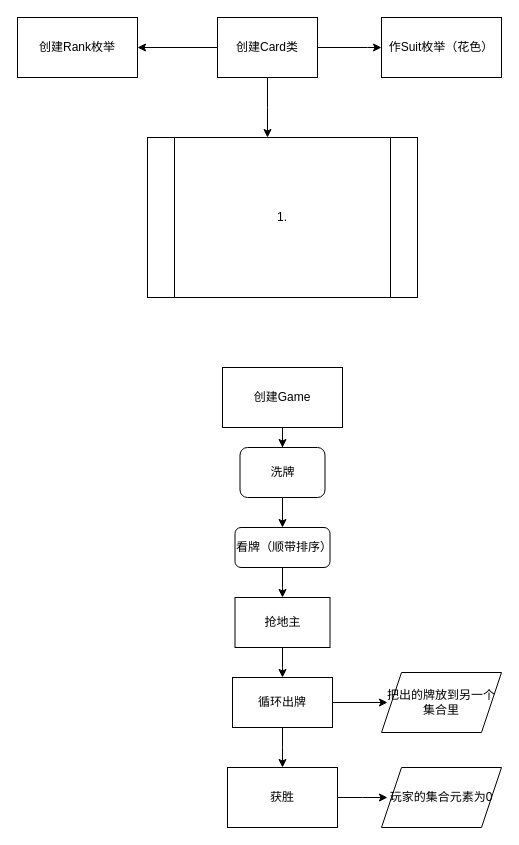
The draw.io diagram 未命名绘图.drawio in wohhhhhh/fightLord, before the edit. Source tidied: cells renumbered, new cells numbered last; positions are measured from the earlier drawing's top-left corner, leaving out a move shared by most shapes. Both pictures are drawn from the tidied source at 100%, with x=0, y=0 at pixel (17, 17).
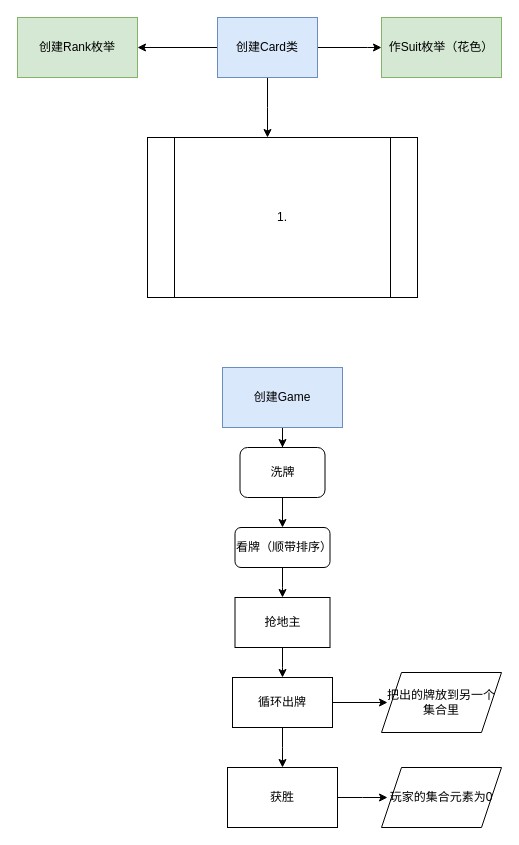
Above is the later version.

Commit message:
更新未命名绘图.drawio

The edit, as a diff of the source:
```diff
@@
-    <mxCell id="5" value="创建Card类" style="rounded=0;whiteSpace=wrap;html=1;" parent="1" vertex="1">
+    <mxCell id="5" value="创建Card类" style="rounded=0;whiteSpace=wrap;html=1;fillColor=#dae8fc;strokeColor=#6c8ebf;" parent="1" vertex="1">
       <mxGeometry x="200" width="100" height="60" as="geometry" />
     </mxCell>
-    <mxCell id="6" value="作Suit枚举（花色）" style="whiteSpace=wrap;html=1;" parent="1" vertex="1">
+    <mxCell id="6" value="作Suit枚举（花色）" style="whiteSpace=wrap;html=1;fillColor=#d5e8d4;strokeColor=#82b366;" parent="1" vertex="1">
       <mxGeometry x="364" width="120" height="60" as="geometry" />
     </mxCell>
-    <mxCell id="7" value="创建Rank枚举" style="whiteSpace=wrap;html=1;" parent="1" vertex="1">
+    <mxCell id="7" value="创建Rank枚举" style="whiteSpace=wrap;html=1;fillColor=#d5e8d4;strokeColor=#82b366;" parent="1" vertex="1">
       <mxGeometry width="120" height="60" as="geometry" />
     </mxCell>
@@
-    <mxCell id="9" value="创建Game" style="rounded=0;whiteSpace=wrap;html=1;" parent="1" vertex="1">
+    <mxCell id="9" value="创建Game" style="rounded=0;whiteSpace=wrap;html=1;fillColor=#dae8fc;strokeColor=#6c8ebf;" parent="1" vertex="1">
       <mxGeometry x="205" y="350" width="120" height="60" as="geometry" />
     </mxCell>
```
